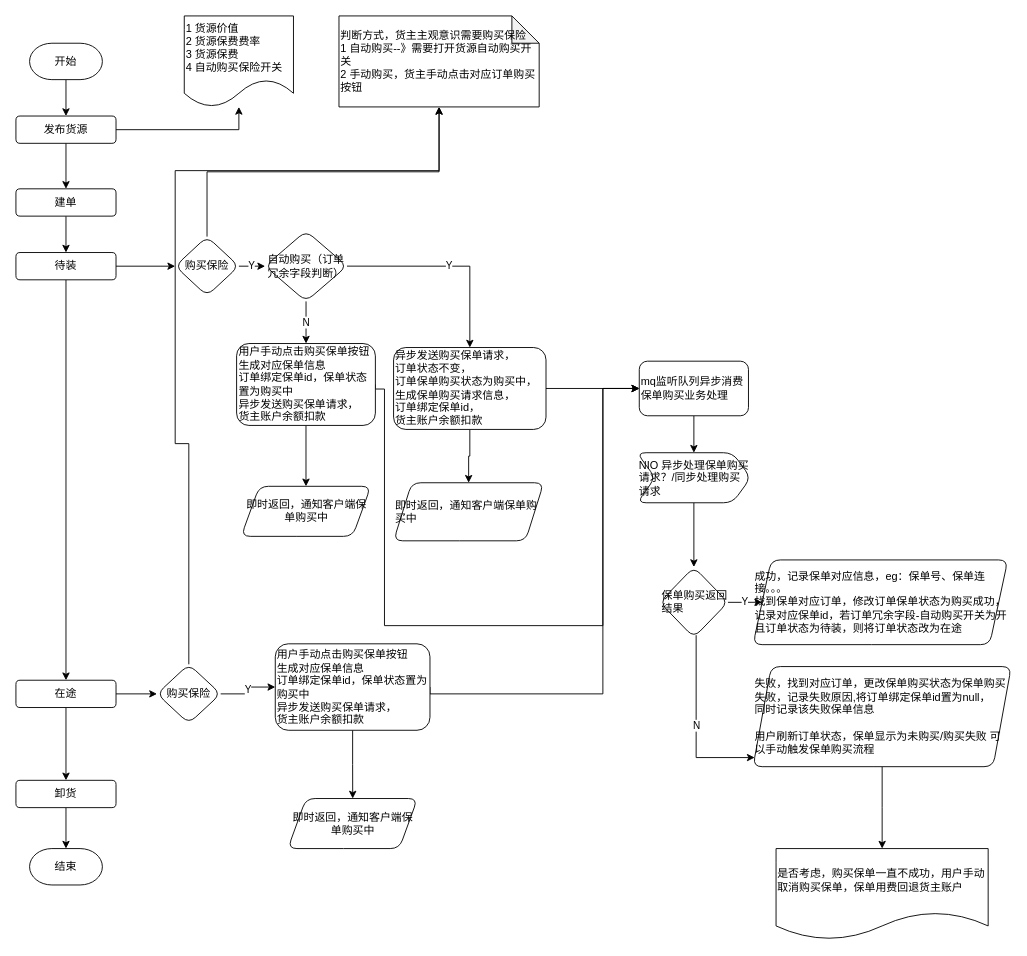
The draw.io diagram img/保险单v2.drawio in aluohe/aluohe_img, before the edit. Source tidied: cells renumbered, new cells numbered last; positions are measured from the earlier drawing's top-left corner, leaving out a move shared by most shapes. Both pictures are drawn from the tidied source at 91%, with x=0, y=0 at pixel (15, 15).
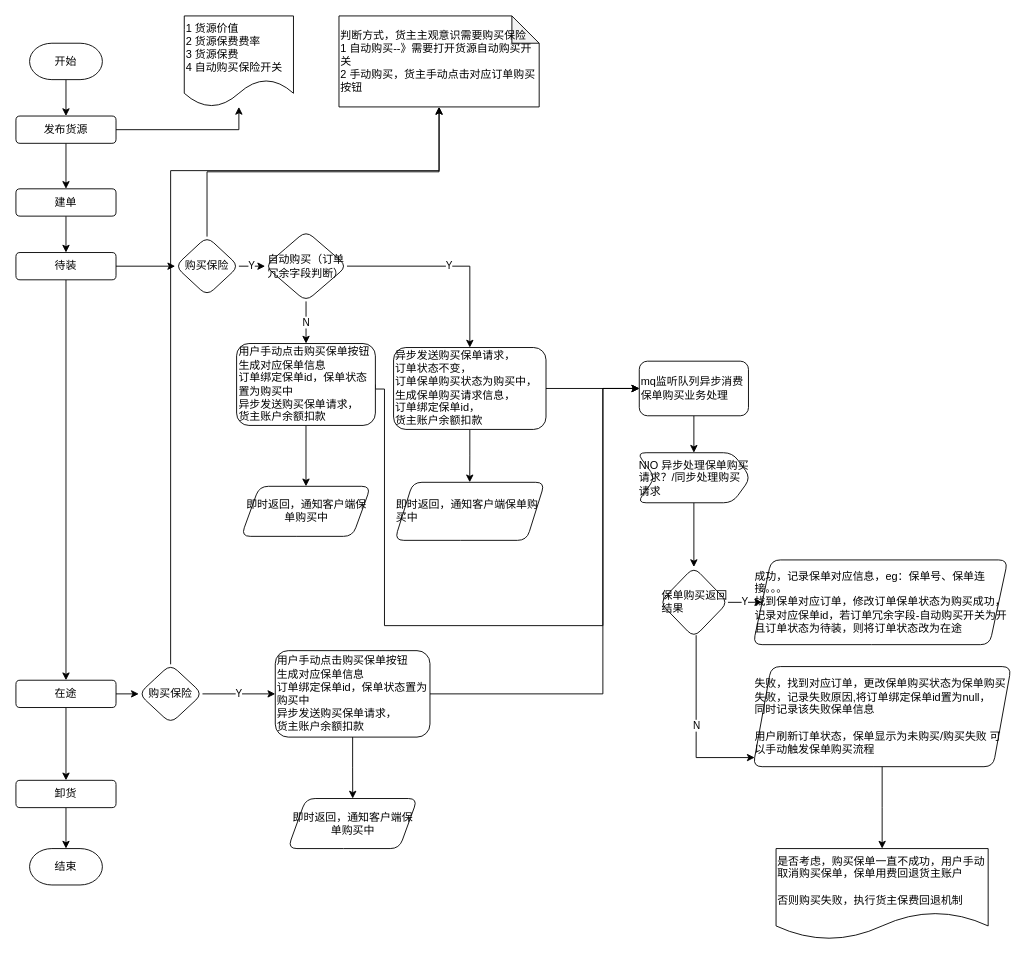
After the change.

Commit message:
更新保险单v2.drawio

Unchanged cells that the change refers to:
```xml
<mxCell id="16" value="判断方式，货主主观意识需要购买保险&lt;br&gt;1 自动购买--》需要打开货源自动购买开关&lt;br&gt;2 手动购买，货主手动点击对应订单购买按钮" style="shape=note;whiteSpace=wrap;html=1;backgroundOutline=1;darkOpacity=0.05;rounded=1;shadow=0;strokeWidth=1;glass=0;sketch=0;align=left;" parent="1" vertex="1">
  <mxGeometry x="355" width="220" height="100" as="geometry" />
</mxCell>
```

The edit, as a diff of the source:
```diff
@@
     <mxCell id="23" value="&lt;span&gt;即时返回，通知客户端保单购买中&lt;/span&gt;" style="shape=parallelogram;perimeter=parallelogramPerimeter;whiteSpace=wrap;html=1;fixedSize=1;rounded=1;shadow=0;align=left;strokeWidth=1;glass=0;sketch=0;" parent="1" vertex="1">
-      <mxGeometry x="415" y="513" width="165" height="63.8" as="geometry" />
+      <mxGeometry x="416.2" y="512.5" width="165" height="63.8" as="geometry" />
     </mxCell>
@@
+    <mxCell id="42" value="Y" style="edgeStyle=orthogonalEdgeStyle;rounded=0;jettySize=auto;html=1;exitX=1;exitY=0.5;exitDx=0;exitDy=0;strokeColor=#000000;" parent="1" edge="1" source="43" target="46">
+      <mxGeometry relative="1" as="geometry" />
+    </mxCell>
-    <mxCell id="41" style="edgeStyle=orthogonalEdgeStyle;jettySize=auto;html=1;exitX=0.5;exitY=0;exitDx=0;exitDy=0;rounded=0;entryX=0.5;entryY=1;entryDx=0;entryDy=0;entryPerimeter=0;" parent="1" edge="1" source="43" target="16">
+    <mxCell id="41" style="edgeStyle=orthogonalEdgeStyle;rounded=0;jettySize=auto;html=1;exitX=0.5;exitY=0;exitDx=0;exitDy=0;entryX=0.5;entryY=1;entryDx=0;entryDy=0;entryPerimeter=0;" parent="1" edge="1" source="43" target="16">
       <mxGeometry relative="1" as="geometry">
         <Array as="points">
-          <mxPoint x="190" y="470" />
-          <mxPoint x="175" y="470" />
-          <mxPoint x="175" y="170" />
+          <mxPoint x="170" y="170" />
           <mxPoint x="465" y="170" />
         </Array>
       </mxGeometry>
     </mxCell>
-    <mxCell id="42" value="Y" style="edgeStyle=orthogonalEdgeStyle;rounded=0;jettySize=auto;html=1;exitX=1;exitY=0.5;exitDx=0;exitDy=0;strokeColor=#000000;" parent="1" edge="1" source="43" target="46">
-      <mxGeometry relative="1" as="geometry" />
-    </mxCell>
     <mxCell id="43" value="购买保险" style="rhombus;whiteSpace=wrap;html=1;rounded=1;shadow=0;strokeWidth=1;glass=0;sketch=0;" parent="1" vertex="1">
-      <mxGeometry x="155" y="712.5" width="70" height="65" as="geometry" />
+      <mxGeometry x="135" y="712.5" width="70" height="65" as="geometry" />
     </mxCell>
@@
     <mxCell id="46" value="用户手动点击购买保单按钮&lt;br&gt;生成对应保单信息&lt;br&gt;订单绑定保单id，保单状态置为购买中&lt;br&gt;异步发送购买保单请求，&lt;br&gt;货主账户余额扣款" style="whiteSpace=wrap;html=1;rounded=1;shadow=0;strokeWidth=1;glass=0;sketch=0;align=left;" parent="1" vertex="1">
-      <mxGeometry x="285" y="690" width="170" height="95" as="geometry" />
+      <mxGeometry x="285" y="697.5" width="170" height="95" as="geometry" />
     </mxCell>
@@
-    <mxCell id="48" value="是否考虑，购买保单一直不成功，用户手动取消购买保单，保单用费回退货主账户" style="shape=document;whiteSpace=wrap;html=1;boundedLbl=1;rounded=1;shadow=0;align=left;strokeWidth=1;glass=0;sketch=0;" parent="1" vertex="1">
+    <mxCell id="48" value="是否考虑，购买保单一直不成功，用户手动取消购买保单，保单用费回退货主账户&lt;br&gt;&lt;br&gt;否则购买失败，执行货主保费回退机制" style="shape=document;whiteSpace=wrap;html=1;boundedLbl=1;rounded=1;shadow=0;align=left;strokeWidth=1;glass=0;sketch=0;" parent="1" vertex="1">
       <mxGeometry x="835.3" y="915" width="233.1" height="100" as="geometry" />
     </mxCell>
```
